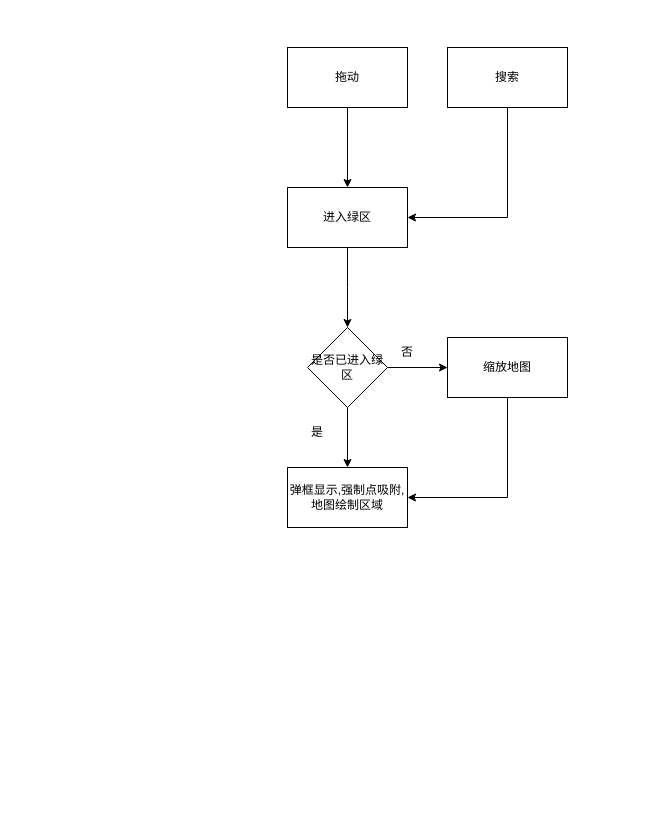
Above: 绿区流程图.drawio in Alan1034/heycars_h5 (draw.io), before the change. Source tidied: cells renumbered, new cells numbered last; positions are measured from the earlier drawing's top-left corner, leaving out a move shared by most shapes. Both pictures are drawn from the tidied source at 100%, with x=0, y=0 at pixel (287, 47).
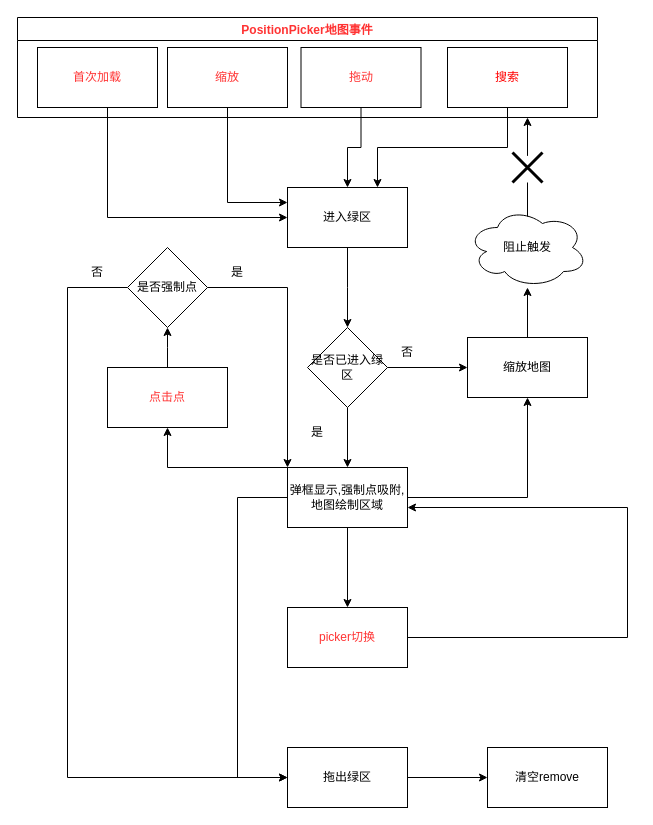
After the change.

Commit message:
Update 绿区流程图.drawio

The change refers to these unchanged cells:
```xml
<mxCell id="3" value="进入绿区" style="rounded=0;whiteSpace=wrap;html=1;" parent="1" vertex="1">
  <mxGeometry y="140" width="120" height="60" as="geometry" />
</mxCell>
<mxCell id="10" value="弹框显示,强制点吸附,地图绘制区域" style="rounded=0;whiteSpace=wrap;html=1;" parent="1" vertex="1">
  <mxGeometry y="420" width="120" height="60" as="geometry" />
</mxCell>
```

The edit, as a diff of the source:
```diff
@@
-    <mxCell id="7" style="edgeStyle=orthogonalEdgeStyle;rounded=0;jettySize=auto;html=1;entryX=1;entryY=0.5;entryDx=0;entryDy=0;" parent="1" edge="1" source="8" target="10">
-      <mxGeometry relative="1" as="geometry">
-        <Array as="points">
-          <mxPoint x="220" y="450" />
-        </Array>
-      </mxGeometry>
-    </mxCell>
+    <mxCell id="16" style="edgeStyle=orthogonalEdgeStyle;rounded=0;jettySize=auto;html=1;fontColor=#FF3333;" parent="1" edge="1" source="8" target="38">
+      <mxGeometry relative="1" as="geometry" />
+    </mxCell>
     <mxCell id="8" value="缩放地图" style="whiteSpace=wrap;html=1;" parent="1" vertex="1">
-      <mxGeometry x="160" y="290" width="120" height="60" as="geometry" />
+      <mxGeometry x="180" y="290" width="120" height="60" as="geometry" />
     </mxCell>
@@
+    <mxCell id="17" style="edgeStyle=orthogonalEdgeStyle;rounded=0;jettySize=auto;html=1;" parent="1" edge="1" source="10" target="22">
+      <mxGeometry relative="1" as="geometry" />
+    </mxCell>
+    <mxCell id="18" style="edgeStyle=orthogonalEdgeStyle;rounded=0;jettySize=auto;html=1;exitX=0;exitY=0;exitDx=0;exitDy=0;entryX=0.5;entryY=1;entryDx=0;entryDy=0;" parent="1" edge="1" source="10" target="27">
+      <mxGeometry relative="1" as="geometry">
+        <Array as="points">
+          <mxPoint x="-120" y="420" />
+        </Array>
+      </mxGeometry>
+    </mxCell>
+    <mxCell id="19" style="edgeStyle=orthogonalEdgeStyle;rounded=0;jettySize=auto;html=1;fontColor=#FF3333;entryX=0.5;entryY=1;entryDx=0;entryDy=0;" parent="1" edge="1" source="10" target="8">
+      <mxGeometry relative="1" as="geometry" />
+    </mxCell>
@@
-    <mxCell id="13" value="拖动" style="rounded=0;whiteSpace=wrap;html=1;" parent="1" vertex="1">
-      <mxGeometry width="120" height="60" as="geometry" />
+    <mxCell id="13" value="&lt;font color=&quot;#ff3333&quot;&gt;拖动&lt;/font&gt;" style="rounded=0;whiteSpace=wrap;html=1;" parent="1" vertex="1">
+      <mxGeometry x="13.5" width="120" height="60" as="geometry" />
     </mxCell>
-    <mxCell id="14" style="edgeStyle=orthogonalEdgeStyle;rounded=0;jettySize=auto;html=1;entryX=1;entryY=0.5;entryDx=0;entryDy=0;" parent="1" edge="1" source="15" target="3">
+    <mxCell id="14" style="edgeStyle=orthogonalEdgeStyle;rounded=0;jettySize=auto;html=1;" parent="1" edge="1" source="15">
       <mxGeometry relative="1" as="geometry">
+        <mxPoint x="90" y="140" as="targetPoint" />
         <Array as="points">
-          <mxPoint x="220" y="170" />
+          <mxPoint x="220" y="100" />
+          <mxPoint x="90" y="100" />
+          <mxPoint x="90" y="140" />
         </Array>
       </mxGeometry>
     </mxCell>
-    <mxCell id="15" value="搜索" style="rounded=0;whiteSpace=wrap;html=1;" parent="1" vertex="1">
+    <mxCell id="15" value="&lt;font color=&quot;#ff0000&quot;&gt;搜索&lt;/font&gt;" style="rounded=0;whiteSpace=wrap;html=1;" parent="1" vertex="1">
       <mxGeometry x="160" width="120" height="60" as="geometry" />
     </mxCell>
+    <mxCell id="20" style="edgeStyle=orthogonalEdgeStyle;rounded=0;jettySize=auto;html=1;" parent="1" edge="1" source="22">
+      <mxGeometry relative="1" as="geometry">
+        <mxPoint x="120" y="460" as="targetPoint" />
+        <Array as="points">
+          <mxPoint x="340" y="590" />
+          <mxPoint x="340" y="460" />
+          <mxPoint x="120" y="460" />
+        </Array>
+      </mxGeometry>
+    </mxCell>
+    <mxCell id="21" style="edgeStyle=orthogonalEdgeStyle;rounded=0;jettySize=auto;html=1;exitX=0;exitY=0.5;exitDx=0;exitDy=0;" parent="1" edge="1" source="10" target="24">
+      <mxGeometry relative="1" as="geometry">
+        <Array as="points">
+          <mxPoint x="-50" y="450" />
+          <mxPoint x="-50" y="730" />
+        </Array>
+      </mxGeometry>
+    </mxCell>
+    <mxCell id="22" value="&lt;font color=&quot;#ff3333&quot;&gt;picker切换&lt;/font&gt;" style="rounded=0;whiteSpace=wrap;html=1;" parent="1" vertex="1">
+      <mxGeometry y="560" width="120" height="60" as="geometry" />
+    </mxCell>
+    <mxCell id="23" style="edgeStyle=orthogonalEdgeStyle;rounded=0;jettySize=auto;html=1;" parent="1" edge="1" source="24" target="25">
+      <mxGeometry relative="1" as="geometry" />
+    </mxCell>
+    <mxCell id="24" value="拖出绿区" style="rounded=0;whiteSpace=wrap;html=1;" parent="1" vertex="1">
+      <mxGeometry y="700" width="120" height="60" as="geometry" />
+    </mxCell>
+    <mxCell id="25" value="清空remove" style="rounded=0;whiteSpace=wrap;html=1;" parent="1" vertex="1">
+      <mxGeometry x="200" y="700" width="120" height="60" as="geometry" />
+    </mxCell>
+    <mxCell id="26" style="edgeStyle=orthogonalEdgeStyle;rounded=0;jettySize=auto;html=1;" parent="1" edge="1" source="27">
+      <mxGeometry relative="1" as="geometry">
+        <mxPoint x="-120" y="280" as="targetPoint" />
+      </mxGeometry>
+    </mxCell>
+    <mxCell id="27" value="&lt;font color=&quot;#ff3333&quot;&gt;点击点&lt;/font&gt;" style="rounded=0;whiteSpace=wrap;html=1;" parent="1" vertex="1">
+      <mxGeometry x="-180" y="320" width="120" height="60" as="geometry" />
+    </mxCell>
+    <mxCell id="28" style="edgeStyle=orthogonalEdgeStyle;rounded=0;jettySize=auto;html=1;entryX=0;entryY=0.5;entryDx=0;entryDy=0;" parent="1" edge="1" source="30" target="24">
+      <mxGeometry relative="1" as="geometry">
+        <Array as="points">
+          <mxPoint x="-220" y="240" />
+          <mxPoint x="-220" y="730" />
+        </Array>
+      </mxGeometry>
+    </mxCell>
+    <mxCell id="29" style="edgeStyle=orthogonalEdgeStyle;rounded=0;jettySize=auto;html=1;entryX=0;entryY=0;entryDx=0;entryDy=0;" parent="1" edge="1" source="30" target="10">
+      <mxGeometry relative="1" as="geometry" />
+    </mxCell>
+    <mxCell id="30" value="&lt;span&gt;是否强制点&lt;/span&gt;" style="rhombus;whiteSpace=wrap;html=1;" parent="1" vertex="1">
+      <mxGeometry x="-160" y="200" width="80" height="80" as="geometry" />
+    </mxCell>
+    <mxCell id="31" value="否" style="text;html=1;strokeColor=none;fillColor=none;align=center;verticalAlign=middle;whiteSpace=wrap;rounded=0;" parent="1" vertex="1">
+      <mxGeometry x="-220" y="210" width="60" height="30" as="geometry" />
+    </mxCell>
+    <mxCell id="32" value="是" style="text;html=1;strokeColor=none;fillColor=none;align=center;verticalAlign=middle;whiteSpace=wrap;rounded=0;" parent="1" vertex="1">
+      <mxGeometry x="-80" y="210" width="60" height="30" as="geometry" />
+    </mxCell>
+    <mxCell id="33" style="edgeStyle=orthogonalEdgeStyle;rounded=0;jettySize=auto;html=1;entryX=0;entryY=0.25;entryDx=0;entryDy=0;fontColor=#FF3333;" parent="1" edge="1" source="34" target="3">
+      <mxGeometry relative="1" as="geometry">
+        <Array as="points">
+          <mxPoint x="-60" y="155" />
+        </Array>
+      </mxGeometry>
+    </mxCell>
+    <mxCell id="34" value="缩放" style="rounded=0;whiteSpace=wrap;html=1;fontColor=#FF3333;" parent="1" vertex="1">
+      <mxGeometry x="-120" width="120" height="60" as="geometry" />
+    </mxCell>
+    <mxCell id="35" style="edgeStyle=orthogonalEdgeStyle;rounded=0;jettySize=auto;html=1;entryX=0;entryY=0.5;entryDx=0;entryDy=0;fontColor=#FF3333;" parent="1" edge="1" source="36" target="3">
+      <mxGeometry relative="1" as="geometry">
+        <Array as="points">
+          <mxPoint x="-180" y="170" />
+        </Array>
+      </mxGeometry>
+    </mxCell>
+    <mxCell id="36" value="首次加载" style="rounded=0;whiteSpace=wrap;html=1;fontColor=#FF3333;" parent="1" vertex="1">
+      <mxGeometry x="-250" width="120" height="60" as="geometry" />
+    </mxCell>
+    <mxCell id="37" style="edgeStyle=orthogonalEdgeStyle;rounded=0;jettySize=auto;html=1;fontColor=#FF3333;exitX=0.5;exitY=0.113;exitDx=0;exitDy=0;exitPerimeter=0;startArrow=none;" parent="1" edge="1" source="40">
+      <mxGeometry relative="1" as="geometry">
+        <mxPoint x="240" y="70" as="targetPoint" />
+      </mxGeometry>
+    </mxCell>
+    <mxCell id="38" value="阻止触发" style="ellipse;shape=cloud;whiteSpace=wrap;html=1;" parent="1" vertex="1">
+      <mxGeometry x="180" y="160" width="120" height="80" as="geometry" />
+    </mxCell>
+    <mxCell id="39" value="PositionPicker地图事件" style="swimlane;fontColor=#FF3333;" parent="1" vertex="1">
+      <mxGeometry x="-270" y="-30" width="580" height="100" as="geometry" />
+    </mxCell>
+    <mxCell id="40" style="shape=umlDestroy;whiteSpace=wrap;html=1;strokeWidth=3;fontColor=#FF3333;" parent="1" vertex="1">
+      <mxGeometry x="225" y="105" width="30" height="30" as="geometry" />
+    </mxCell>
+    <mxCell id="41" style="edgeStyle=orthogonalEdgeStyle;rounded=0;jettySize=auto;html=1;fontColor=#FF3333;exitX=0.5;exitY=0.113;exitDx=0;exitDy=0;exitPerimeter=0;endArrow=none;" parent="1" edge="1" source="38" target="40">
+      <mxGeometry relative="1" as="geometry" />
+    </mxCell>
```
